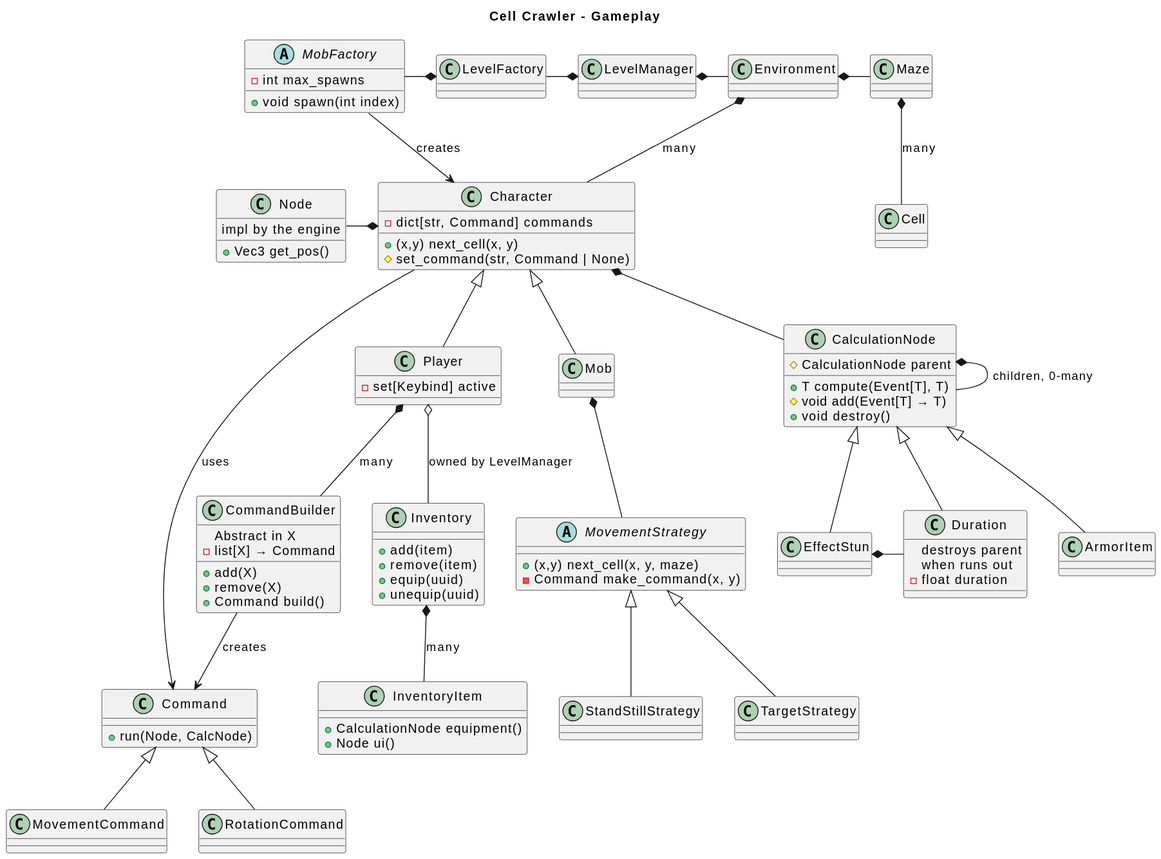
Before: diagrams/classes-gameplay.svg, a diagram exported from PlantUML (ITMO-2025-SD/Roguelike).
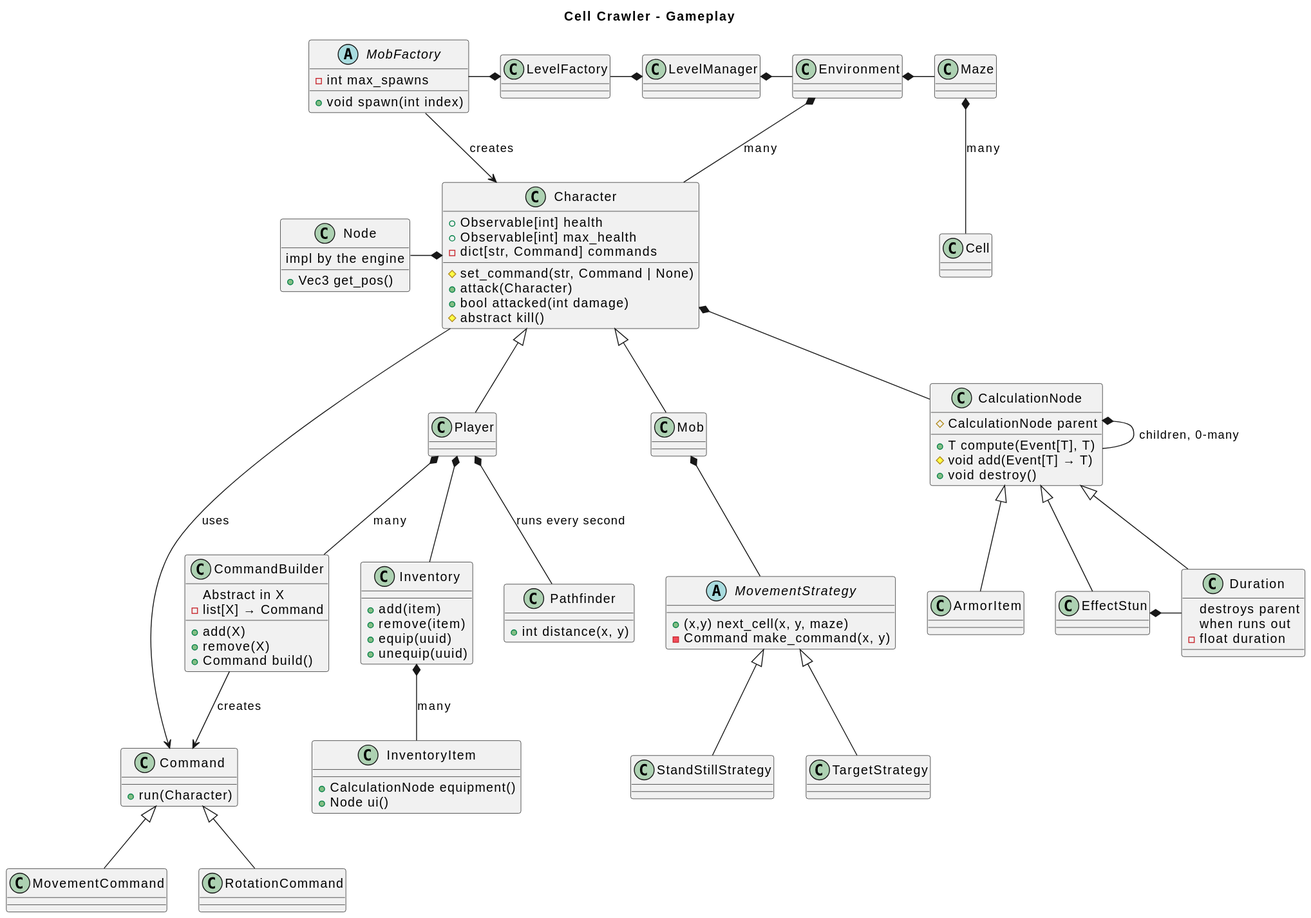
The same file after the commit.

Commit message:
docs: fix architectural drift

Change to the diagram source:
```diff
@@ -2,13 +2,17 @@
 title Cell Crawler - Gameplay
 
 class Character {
-  +(x,y) next_cell(x, y)
+  +Observable[int] health
+  +Observable[int] max_health
   -dict[str, Command] commands
   #set_command(str, Command | None)
+  +attack(Character)
+  +bool attacked(int damage)
+  #abstract kill()
 }
 
 class Command {
-  +run(Node, CalcNode)
+  +run(Character)
 }
 
 class CommandBuilder {
@@ -42,14 +46,17 @@
 Command <|-- MovementCommand
 Command <|-- RotationCommand
 
-class Player {
-  -set[Keybind] active
+class Player
+
+class Pathfinder {
+  +int distance(x, y)
 }
 
 Character <|-- Mob
 Mob *-- MovementStrategy
 Character <|-- Player
-Player o-- Inventory: owned by LevelManager
+Player *-- Inventory
+Player *-- Pathfinder: runs every second
 Inventory *-- InventoryItem: many
 MovementStrategy <|-- TargetStrategy
 MovementStrategy <|-- StandStillStrategy
```
